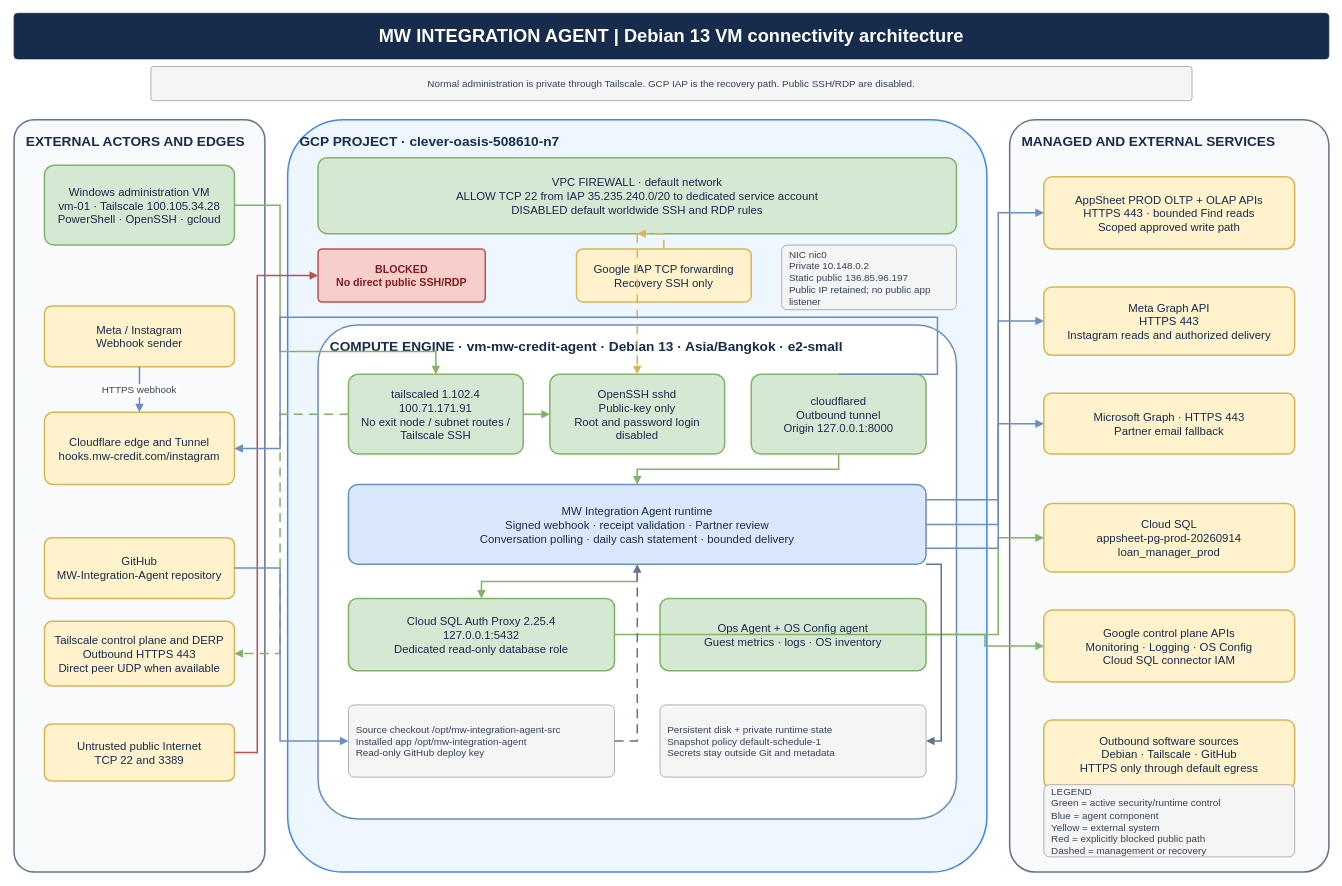
Earlier version of the draw.io diagram docs/VM_CONNECTIVITY_ARCHITECTURE.drawio (welct0407/MW-Credit-App). Source tidied: cells renumbered, new cells numbered last; positions are measured from the earlier drawing's top-left corner, leaving out a move shared by most shapes. Both pictures are drawn from the tidied source at 76%, with x=0, y=0 at pixel (14, 13).
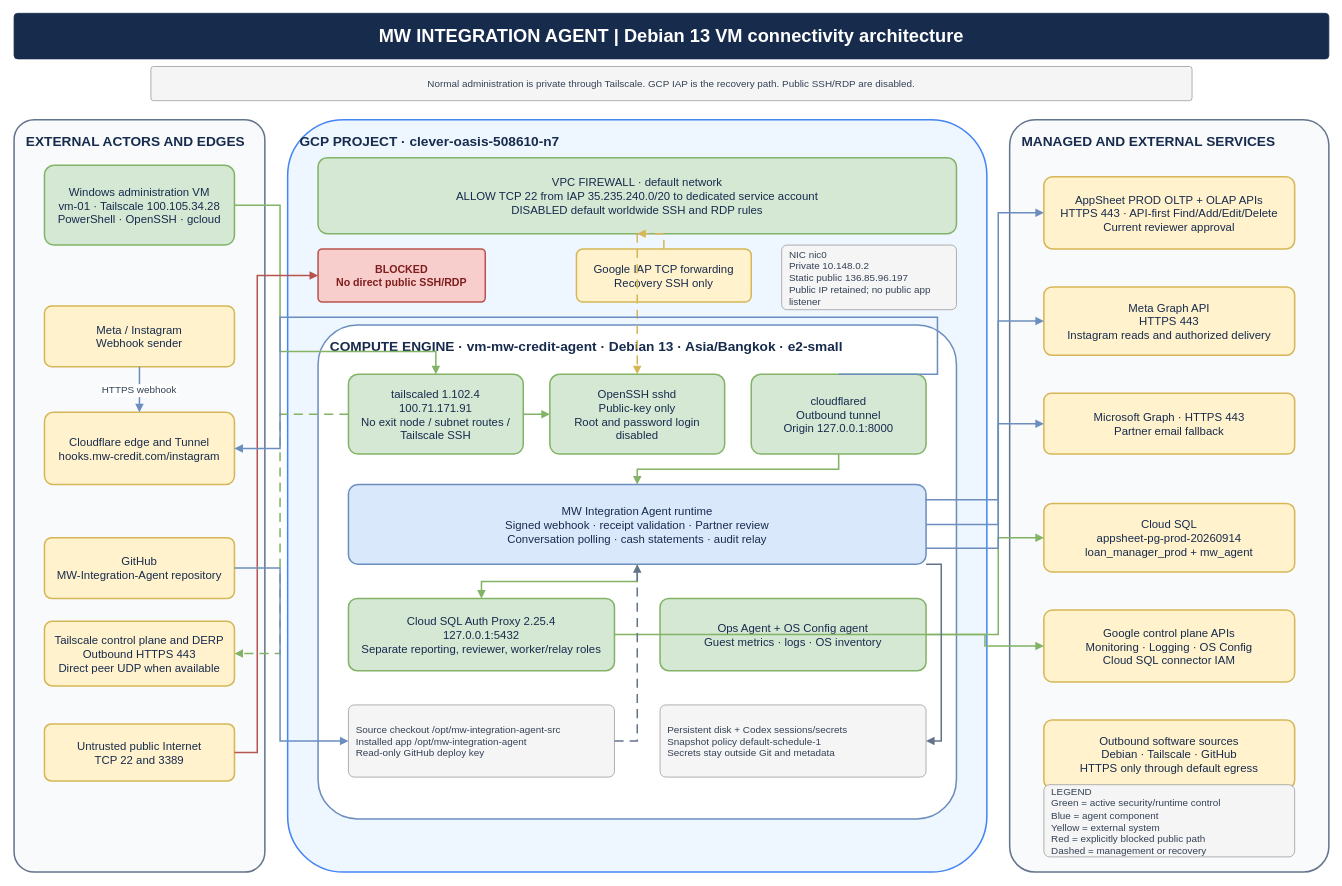
The same page after the edit.

Diff of the diagram source:
```diff
@@
-    <mxCell id="21" value="MW Integration Agent runtime&#10;Signed webhook · receipt validation · Partner review&#10;Conversation polling · daily cash statement · bounded delivery" style="rounded=1;arcSize=12;whiteSpace=wrap;html=0;fillColor=#dae8fc;strokeColor=#6c8ebf;strokeWidth=2;fontColor=#172b4d;fontSize=15;align=center;verticalAlign=middle;spacing=10;" parent="1" vertex="1">
+    <mxCell id="21" value="MW Integration Agent runtime&#10;Signed webhook · receipt validation · Partner review&#10;Conversation polling · cash statements · audit relay" style="rounded=1;arcSize=12;whiteSpace=wrap;html=0;fillColor=#dae8fc;strokeColor=#6c8ebf;strokeWidth=2;fontColor=#172b4d;fontSize=15;align=center;verticalAlign=middle;spacing=10;" parent="1" vertex="1">
       <mxGeometry x="440" y="620" width="760" height="105" as="geometry" />
     </mxCell>
-    <mxCell id="22" value="Cloud SQL Auth Proxy 2.25.4&#10;127.0.0.1:5432&#10;Dedicated read-only database role" style="rounded=1;arcSize=12;whiteSpace=wrap;html=0;fillColor=#d5e8d4;strokeColor=#82b366;strokeWidth=2;fontColor=#172b4d;fontSize=15;align=center;verticalAlign=middle;spacing=10;" parent="1" vertex="1">
+    <mxCell id="22" value="Cloud SQL Auth Proxy 2.25.4&#10;127.0.0.1:5432&#10;Separate reporting, reviewer, worker/relay roles" style="rounded=1;arcSize=12;whiteSpace=wrap;html=0;fillColor=#d5e8d4;strokeColor=#82b366;strokeWidth=2;fontColor=#172b4d;fontSize=15;align=center;verticalAlign=middle;spacing=10;" parent="1" vertex="1">
       <mxGeometry x="440" y="770" width="350" height="95" as="geometry" />
     </mxCell>
@@
-    <mxCell id="25" value="Persistent disk + private runtime state&#10;Snapshot policy default-schedule-1&#10;Secrets stay outside Git and metadata" style="rounded=1;arcSize=8;whiteSpace=wrap;html=0;fillColor=#f5f5f5;strokeColor=#999999;fontColor=#334155;fontSize=13;align=left;verticalAlign=middle;spacing=10;" parent="1" vertex="1">
+    <mxCell id="25" value="Persistent disk + Codex sessions/secrets&#10;Snapshot policy default-schedule-1&#10;Secrets stay outside Git and metadata" style="rounded=1;arcSize=8;whiteSpace=wrap;html=0;fillColor=#f5f5f5;strokeColor=#999999;fontColor=#334155;fontSize=13;align=left;verticalAlign=middle;spacing=10;" parent="1" vertex="1">
       <mxGeometry x="850" y="910" width="350" height="95" as="geometry" />
     </mxCell>
-    <mxCell id="26" value="Cloud SQL&#10;appsheet-pg-prod-20260914&#10;loan_manager_prod" style="rounded=1;arcSize=12;whiteSpace=wrap;html=0;fillColor=#fff2cc;strokeColor=#d6b656;strokeWidth=2;fontColor=#172b4d;fontSize=15;align=center;verticalAlign=middle;spacing=10;" parent="1" vertex="1">
+    <mxCell id="26" value="Cloud SQL&#10;appsheet-pg-prod-20260914&#10;loan_manager_prod + mw_agent" style="rounded=1;arcSize=12;whiteSpace=wrap;html=0;fillColor=#fff2cc;strokeColor=#d6b656;strokeWidth=2;fontColor=#172b4d;fontSize=15;align=center;verticalAlign=middle;spacing=10;" parent="1" vertex="1">
       <mxGeometry x="1355" y="645" width="330" height="90" as="geometry" />
     </mxCell>
-    <mxCell id="27" value="AppSheet PROD OLTP + OLAP APIs&#10;HTTPS 443 · bounded Find reads&#10;Scoped approved write path" style="rounded=1;arcSize=12;whiteSpace=wrap;html=0;fillColor=#fff2cc;strokeColor=#d6b656;strokeWidth=2;fontColor=#172b4d;fontSize=15;align=center;verticalAlign=middle;spacing=10;" parent="1" vertex="1">
+    <mxCell id="27" value="AppSheet PROD OLTP + OLAP APIs&#10;HTTPS 443 · API-first Find/Add/Edit/Delete&#10;Current reviewer approval" style="rounded=1;arcSize=12;whiteSpace=wrap;html=0;fillColor=#fff2cc;strokeColor=#d6b656;strokeWidth=2;fontColor=#172b4d;fontSize=15;align=center;verticalAlign=middle;spacing=10;" parent="1" vertex="1">
       <mxGeometry x="1355" y="215" width="330" height="95" as="geometry" />
     </mxCell>
```
